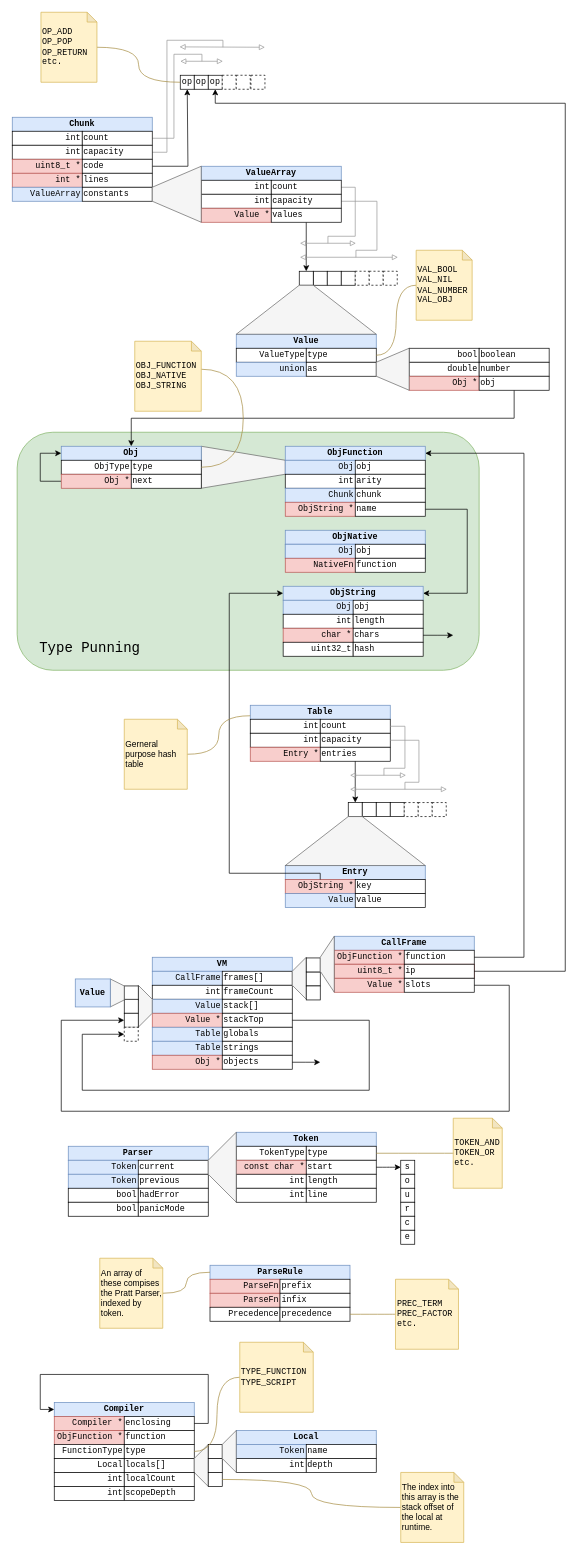
This is Clox.drawio from billhails/clox, a draw.io file, before an edit. Source tidied: cells renumbered, new cells numbered last; positions are measured from the earlier drawing's top-left corner, leaving out a move shared by most shapes. Both pictures are drawn from the tidied source at 70%, with x=0, y=0 at pixel (12, 12).
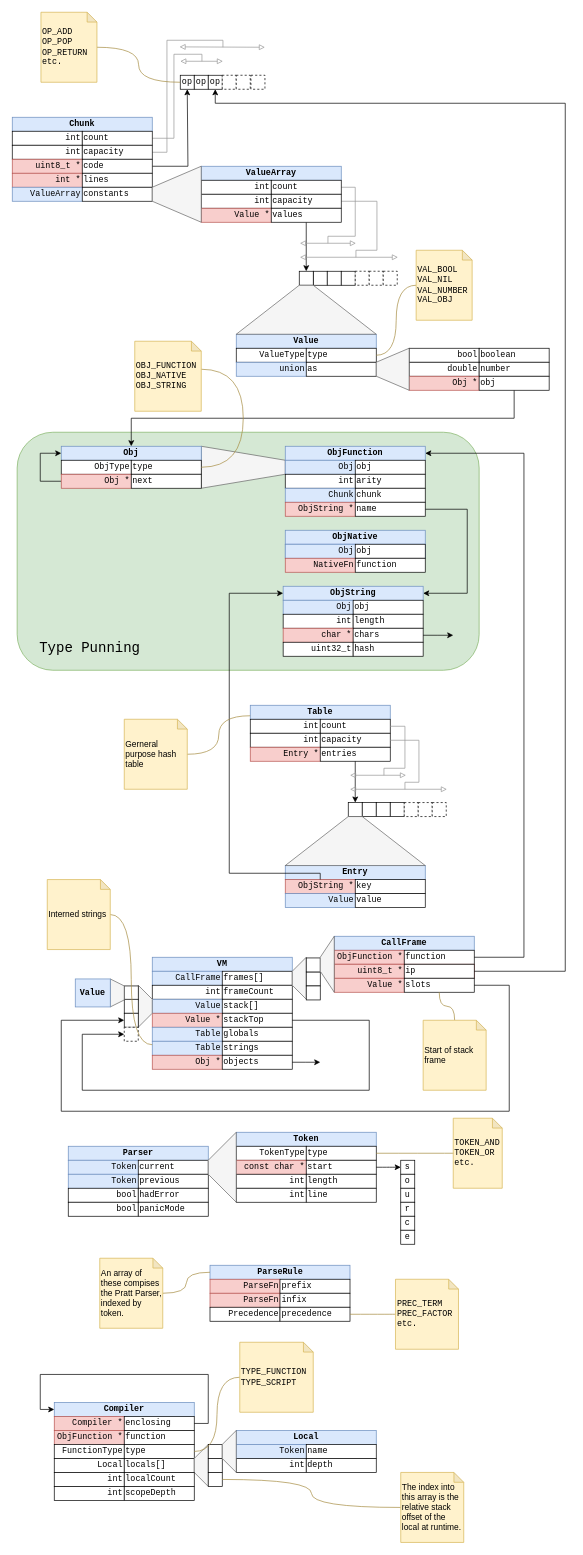
Above is the later version.

The change refers to these unchanged cells:
```xml
<mxCell id="136" value="Table" style="rounded=0;whiteSpace=wrap;html=1;fontFamily=Courier New;align=right;fillColor=#dae8fc;strokeColor=#6c8ebf;" parent="135" vertex="1">
  <mxGeometry width="100" height="20" as="geometry" />
</mxCell>
<mxCell id="154" value="slots" style="rounded=0;whiteSpace=wrap;html=1;fontFamily=Courier New;align=left;" parent="152" vertex="1">
  <mxGeometry x="100" width="100" height="20" as="geometry" />
</mxCell>
```

The edit, as a diff of the source:
```diff
@@
-    <mxCell id="247" value="The index into this array is the stack offset of the local at runtime." style="shape=note;whiteSpace=wrap;html=1;backgroundOutline=1;darkOpacity=0.05;fontFamily=Helvetica;size=14;align=left;fillColor=#fff2cc;strokeColor=#d6b656;" parent="1" vertex="1">
+    <mxCell id="247" value="The index into this array is the relative stack offset of the local at runtime." style="shape=note;whiteSpace=wrap;html=1;backgroundOutline=1;darkOpacity=0.05;fontFamily=Helvetica;size=14;align=left;fillColor=#fff2cc;strokeColor=#d6b656;" parent="1" vertex="1">
       <mxGeometry x="555" y="2086" width="90" height="100" as="geometry" />
     </mxCell>
@@
+    <mxCell id="271" style="edgeStyle=orthogonalEdgeStyle;rounded=0;jettySize=auto;html=1;entryX=0.5;entryY=1;entryDx=0;entryDy=0;curved=1;endArrow=none;endFill=0;strokeColor=#A68D42;" parent="1" edge="1" source="272" target="154">
+      <mxGeometry relative="1" as="geometry" />
+    </mxCell>
+    <mxCell id="272" value="Start of stack frame" style="shape=note;whiteSpace=wrap;html=1;backgroundOutline=1;darkOpacity=0.05;fontFamily=Helvetica;size=14;align=left;fillColor=#fff2cc;strokeColor=#d6b656;" parent="1" vertex="1">
+      <mxGeometry x="587" y="1440" width="90" height="100" as="geometry" />
+    </mxCell>
+    <mxCell id="273" style="edgeStyle=orthogonalEdgeStyle;curved=1;rounded=0;jettySize=auto;html=1;entryX=0;entryY=0.25;entryDx=0;entryDy=0;strokeColor=#A68D42;endArrow=none;endFill=0;" parent="1" edge="1" source="274" target="136">
+      <mxGeometry relative="1" as="geometry" />
+    </mxCell>
+    <mxCell id="274" value="Interned strings" style="shape=note;whiteSpace=wrap;html=1;backgroundOutline=1;darkOpacity=0.05;fontFamily=Helvetica;size=14;align=left;fillColor=#fff2cc;strokeColor=#d6b656;" parent="1" vertex="1">
+      <mxGeometry x="50" y="1239" width="90" height="100" as="geometry" />
+    </mxCell>
```
